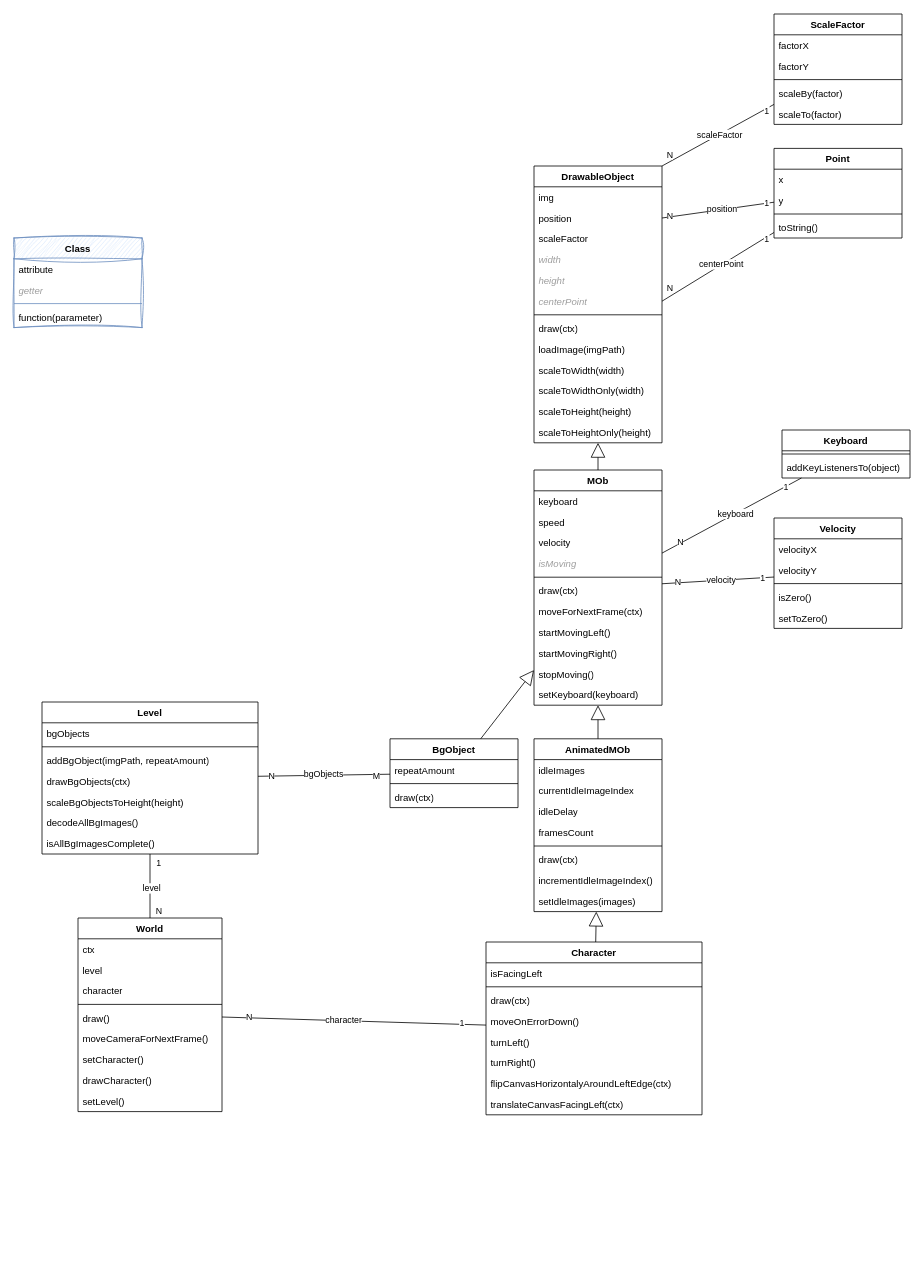
Above: uml/Sharky-ClassDiagram.drawio in ReinhardWansch/Sharky-DeveloperAkademie (draw.io), before the change. Source tidied: cells renumbered, new cells numbered last; positions are measured from the earlier drawing's top-left corner, leaving out a move shared by most shapes. Both pictures are drawn from the tidied source at 80%, with x=0, y=0 at pixel (14, 14).
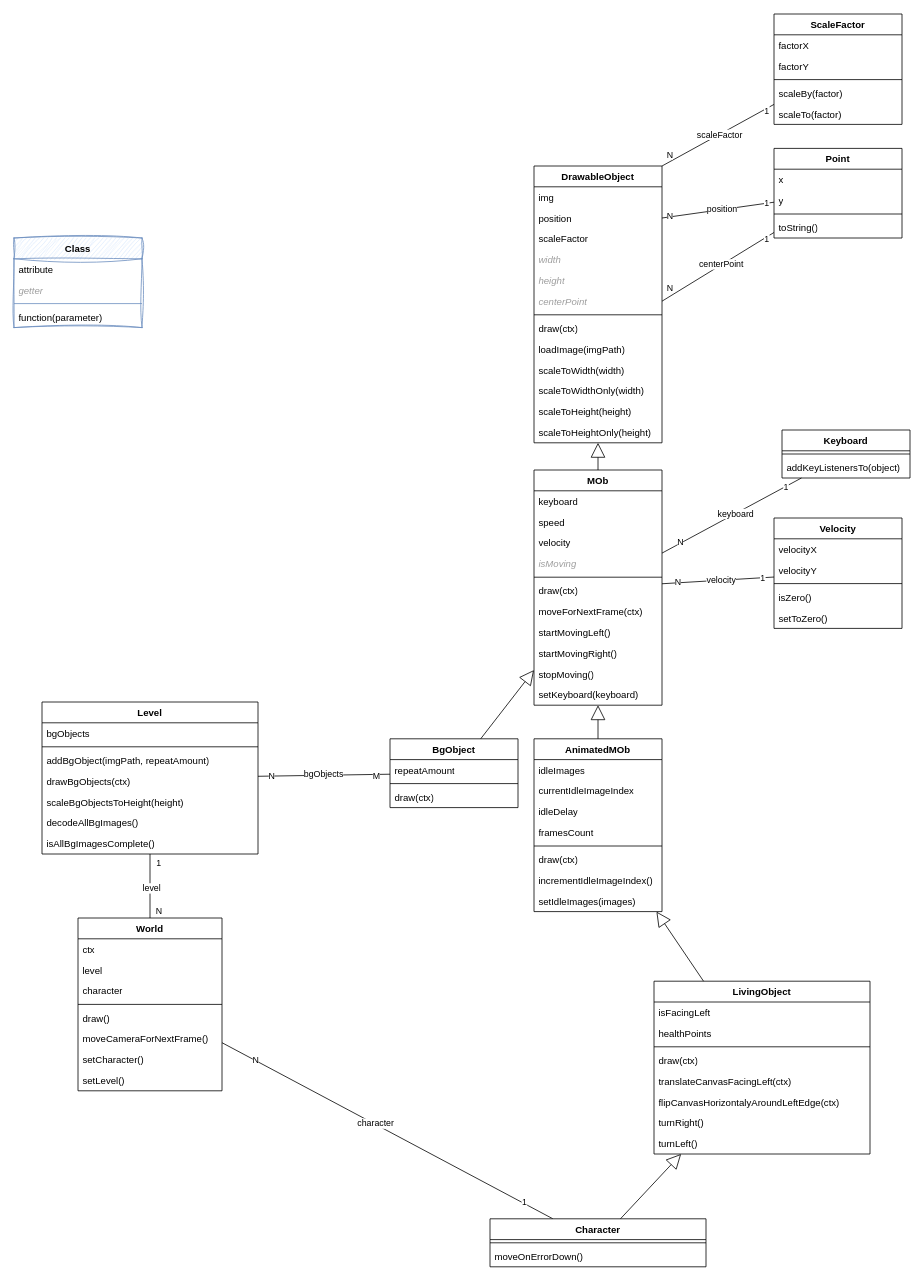
After the change.

Unchanged cells that the change refers to:
```xml
<mxCell id="29" value="AnimatedMOb" style="swimlane;fontStyle=1;align=center;verticalAlign=top;horizontal=1;startSize=26;whiteSpace=wrap;html=1;" parent="1" vertex="1">
  <mxGeometry x="650" y="906" width="160" height="216" as="geometry" />
</mxCell>
```

The edit, as a diff of the source:
```diff
@@
     <mxCell id="43" value="World" style="swimlane;fontStyle=1;align=center;verticalAlign=top;horizontal=1;startSize=26;whiteSpace=wrap;html=1;" parent="1" vertex="1">
-      <mxGeometry x="80" y="1130" width="180" height="242" as="geometry" />
+      <mxGeometry x="80" y="1130" width="180" height="216" as="geometry" />
     </mxCell>
@@
-    <mxCell id="51" value="drawCharacter()" style="text;strokeColor=none;fillColor=none;align=left;verticalAlign=top;spacingLeft=4;spacingRight=4;overflow=hidden;whiteSpace=wrap;html=1;" parent="43" vertex="1">
-      <mxGeometry y="190" width="180" height="26" as="geometry" />
-    </mxCell>
     <mxCell id="52" value="setLevel()" style="text;strokeColor=none;fillColor=none;align=left;verticalAlign=top;spacingLeft=4;spacingRight=4;overflow=hidden;whiteSpace=wrap;html=1;" parent="43" vertex="1">
-      <mxGeometry y="216" width="180" height="26" as="geometry" />
+      <mxGeometry y="190" width="180" height="26" as="geometry" />
     </mxCell>
@@
     <mxCell id="65" value="Character" style="swimlane;fontStyle=1;align=center;verticalAlign=top;horizontal=1;startSize=26;whiteSpace=wrap;html=1;" parent="1" vertex="1">
-      <mxGeometry x="590" y="1160" width="270" height="216" as="geometry" />
+      <mxGeometry x="595" y="1506" width="270" height="60" as="geometry" />
     </mxCell>
-    <mxCell id="66" value="isFacingLeft" style="text;strokeColor=none;fillColor=none;align=left;verticalAlign=top;spacingLeft=4;spacingRight=4;overflow=hidden;whiteSpace=wrap;html=1;" parent="65" vertex="1">
-      <mxGeometry y="26" width="270" height="26" as="geometry" />
-    </mxCell>
     <mxCell id="67" style="line;strokeWidth=1;fillColor=none;align=left;verticalAlign=middle;spacingTop=-1;spacingLeft=3;spacingRight=3;labelPosition=right;strokeColor=inherit;" parent="65" vertex="1">
-      <mxGeometry y="52" width="270" height="8" as="geometry" />
+      <mxGeometry y="26" width="270" height="8" as="geometry" />
     </mxCell>
-    <mxCell id="68" value="draw(ctx)" style="text;strokeColor=none;fillColor=none;align=left;verticalAlign=top;spacingLeft=4;spacingRight=4;overflow=hidden;whiteSpace=wrap;html=1;" parent="65" vertex="1">
-      <mxGeometry y="60" width="270" height="26" as="geometry" />
-    </mxCell>
     <mxCell id="69" value="moveOnErrorDown()" style="text;strokeColor=none;fillColor=none;align=left;verticalAlign=top;spacingLeft=4;spacingRight=4;overflow=hidden;whiteSpace=wrap;html=1;" parent="65" vertex="1">
-      <mxGeometry y="86" width="270" height="26" as="geometry" />
+      <mxGeometry y="34" width="270" height="26" as="geometry" />
     </mxCell>
-    <mxCell id="70" value="turnLeft()" style="text;strokeColor=none;fillColor=none;align=left;verticalAlign=top;spacingLeft=4;spacingRight=4;overflow=hidden;whiteSpace=wrap;html=1;" parent="65" vertex="1">
-      <mxGeometry y="112" width="270" height="26" as="geometry" />
-    </mxCell>
-    <mxCell id="71" value="turnRight()" style="text;strokeColor=none;fillColor=none;align=left;verticalAlign=top;spacingLeft=4;spacingRight=4;overflow=hidden;whiteSpace=wrap;html=1;" parent="65" vertex="1">
-      <mxGeometry y="138" width="270" height="26" as="geometry" />
-    </mxCell>
-    <mxCell id="72" value="flipCanvasHorizontalyAroundLeftEdge(ctx)" style="text;strokeColor=none;fillColor=none;align=left;verticalAlign=top;spacingLeft=4;spacingRight=4;overflow=hidden;whiteSpace=wrap;html=1;" parent="65" vertex="1">
-      <mxGeometry y="164" width="270" height="26" as="geometry" />
-    </mxCell>
-    <mxCell id="73" value="translateCanvasFacingLeft(ctx)" style="text;strokeColor=none;fillColor=none;align=left;verticalAlign=top;spacingLeft=4;spacingRight=4;overflow=hidden;whiteSpace=wrap;html=1;" parent="65" vertex="1">
-      <mxGeometry y="190" width="270" height="26" as="geometry" />
-    </mxCell>
-    <mxCell id="74" style="endArrow=block;endSize=16;endFill=0;html=1;rounded=0;" parent="1" edge="1" source="65" target="29">
+    <mxCell id="74" style="endArrow=block;endSize=16;endFill=0;html=1;rounded=0;" parent="1" edge="1" source="65" target="129">
       <mxGeometry x="-0.06" relative="1" as="geometry" />
     </mxCell>
@@
+    <mxCell id="129" value="LivingObject" style="swimlane;fontStyle=1;align=center;verticalAlign=top;horizontal=1;startSize=26;whiteSpace=wrap;html=1;" parent="1" vertex="1">
+      <mxGeometry x="800" y="1209" width="270" height="216" as="geometry" />
+    </mxCell>
+    <mxCell id="66" value="isFacingLeft" style="text;strokeColor=none;fillColor=none;align=left;verticalAlign=top;spacingLeft=4;spacingRight=4;overflow=hidden;whiteSpace=wrap;html=1;" parent="129" vertex="1">
+      <mxGeometry y="26" width="270" height="26" as="geometry" />
+    </mxCell>
+    <mxCell id="130" value="healthPoints" style="text;strokeColor=none;fillColor=none;align=left;verticalAlign=top;spacingLeft=4;spacingRight=4;overflow=hidden;whiteSpace=wrap;html=1;" parent="129" vertex="1">
+      <mxGeometry y="52" width="270" height="26" as="geometry" />
+    </mxCell>
+    <mxCell id="131" style="line;strokeWidth=1;fillColor=none;align=left;verticalAlign=middle;spacingTop=-1;spacingLeft=3;spacingRight=3;labelPosition=right;strokeColor=inherit;" parent="129" vertex="1">
+      <mxGeometry y="78" width="270" height="8" as="geometry" />
+    </mxCell>
+    <mxCell id="68" value="draw(ctx)" style="text;strokeColor=none;fillColor=none;align=left;verticalAlign=top;spacingLeft=4;spacingRight=4;overflow=hidden;whiteSpace=wrap;html=1;" parent="129" vertex="1">
+      <mxGeometry y="86" width="270" height="26" as="geometry" />
+    </mxCell>
+    <mxCell id="73" value="translateCanvasFacingLeft(ctx)" style="text;strokeColor=none;fillColor=none;align=left;verticalAlign=top;spacingLeft=4;spacingRight=4;overflow=hidden;whiteSpace=wrap;html=1;" parent="129" vertex="1">
+      <mxGeometry y="112" width="270" height="26" as="geometry" />
+    </mxCell>
+    <mxCell id="72" value="flipCanvasHorizontalyAroundLeftEdge(ctx)" style="text;strokeColor=none;fillColor=none;align=left;verticalAlign=top;spacingLeft=4;spacingRight=4;overflow=hidden;whiteSpace=wrap;html=1;" parent="129" vertex="1">
+      <mxGeometry y="138" width="270" height="26" as="geometry" />
+    </mxCell>
+    <mxCell id="71" value="turnRight()" style="text;strokeColor=none;fillColor=none;align=left;verticalAlign=top;spacingLeft=4;spacingRight=4;overflow=hidden;whiteSpace=wrap;html=1;" parent="129" vertex="1">
+      <mxGeometry y="164" width="270" height="26" as="geometry" />
+    </mxCell>
+    <mxCell id="70" value="turnLeft()" style="text;strokeColor=none;fillColor=none;align=left;verticalAlign=top;spacingLeft=4;spacingRight=4;overflow=hidden;whiteSpace=wrap;html=1;" parent="129" vertex="1">
+      <mxGeometry y="190" width="270" height="26" as="geometry" />
+    </mxCell>
+    <mxCell id="132" style="endArrow=block;endSize=16;endFill=0;html=1;rounded=0;" parent="1" edge="1" source="129" target="29">
+      <mxGeometry x="-0.06" relative="1" as="geometry" />
+    </mxCell>
```
